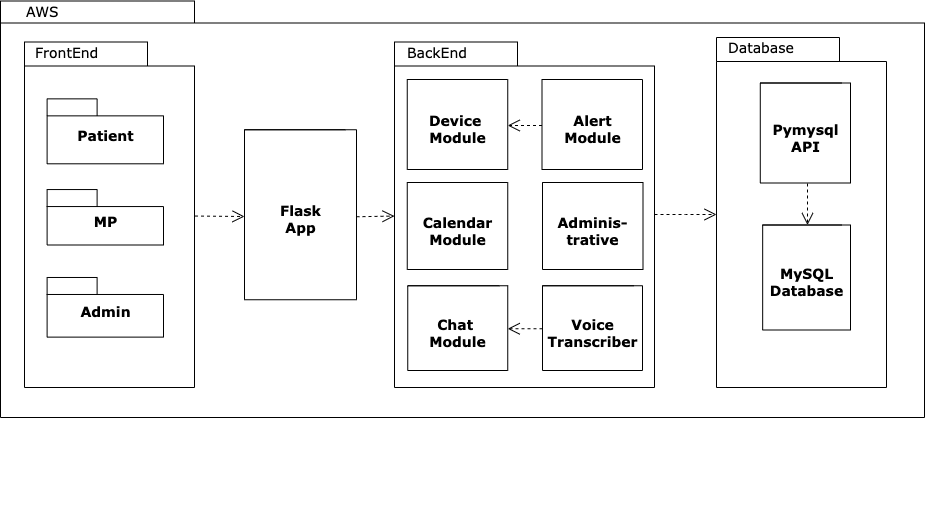
Zihang97/Medical_Platform keeps this draw.io diagram as Pictures/Architect.png. Above is the earlier version. Source tidied: cells renumbered, new cells last; positions are measured from the earlier drawing's top-left corner, leaving out a move shared by most shapes.
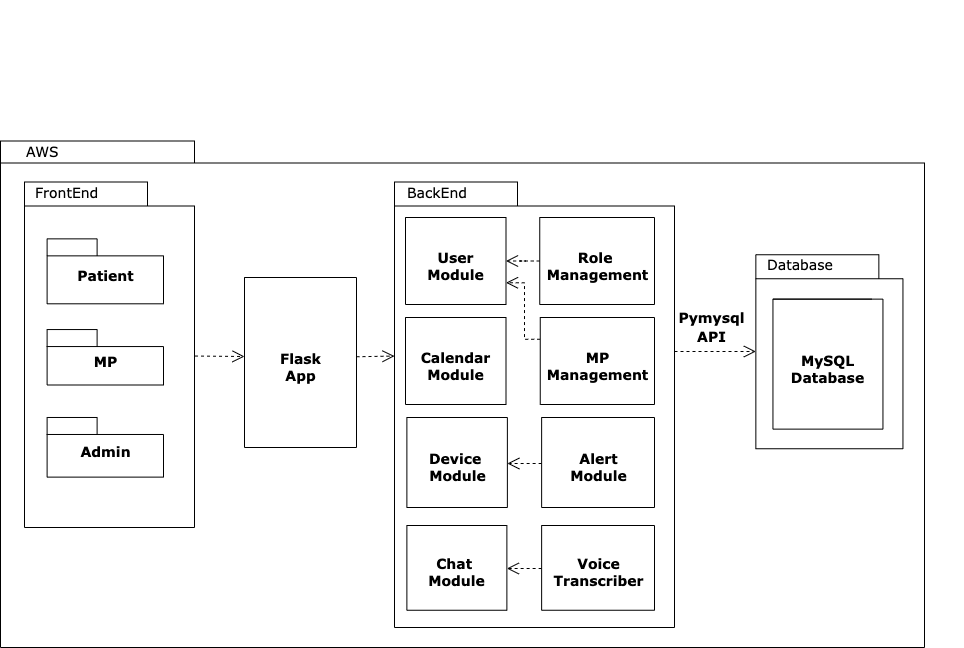
After the commit.

The edit, as a diff of the source:
```diff
@@ -2,48 +2,40 @@
   <root>
     <mxCell id="0" />
     <mxCell id="1" parent="0" />
-    <mxCell id="2" style="shape=folder;fontStyle=1;spacingTop=10;tabWidth=194;tabHeight=22;tabPosition=left;html=1;rounded=0;shadow=0;comic=0;labelBackgroundColor=none;strokeWidth=1;fillColor=none;fontFamily=Verdana;fontSize=10;align=center;" parent="1" vertex="1">
-      <mxGeometry y="-0.5" width="924" height="416.5" as="geometry" />
+    <mxCell id="2" value="&lt;meta charset=&quot;utf-8&quot;&gt;&lt;span style=&quot;color: rgb(0, 0, 0); font-family: verdana; font-size: 14px; font-style: normal; font-weight: 400; letter-spacing: normal; text-align: left; text-indent: 0px; text-transform: none; word-spacing: 0px; background-color: rgb(248, 249, 250); display: inline; float: none;&quot;&gt;Database&lt;/span&gt;" style="shape=folder;fontStyle=1;spacingTop=10;tabWidth=194;tabHeight=22;tabPosition=left;html=1;rounded=0;shadow=0;comic=0;labelBackgroundColor=none;strokeWidth=1;fillColor=none;fontFamily=Verdana;fontSize=10;align=center;" parent="1" vertex="1">
+      <mxGeometry y="-0.5" width="924" height="506.5" as="geometry" />
     </mxCell>
-    <mxCell id="3" style="group;" parent="1" vertex="1">
-      <mxGeometry x="734" y="36" width="200" height="480" as="geometry" />
+    <mxCell id="3" value="ok" style="group;" parent="1" vertex="1">
+      <mxGeometry x="724" y="111" width="190" height="300" as="geometry" />
     </mxCell>
     <mxCell id="4" style="group;" parent="3" vertex="1">
-      <mxGeometry width="200" height="480" as="geometry" />
+      <mxGeometry x="48.4" y="6.2" width="190" height="300" as="geometry" />
     </mxCell>
     <mxCell id="5" style="shape=folder;fontStyle=1;spacingTop=10;tabWidth=123;tabHeight=24;tabPosition=left;html=1;rounded=0;shadow=0;comic=0;labelBackgroundColor=none;strokeWidth=1;fontFamily=Verdana;fontSize=10;align=center;" parent="4" vertex="1">
-      <mxGeometry x="-18" width="170" height="350" as="geometry" />
+      <mxGeometry x="-17.1" y="-4" width="147.1" height="194" as="geometry" />
     </mxCell>
     <mxCell id="6" value="&lt;font style=&quot;font-size: 14px&quot;&gt;MySQL&lt;br&gt;Database&lt;/font&gt;" style="shape=folder;fontStyle=1;spacingTop=10;tabWidth=111;tabHeight=0;tabPosition=left;html=1;rounded=0;shadow=0;comic=0;labelBackgroundColor=none;strokeWidth=1;fontFamily=Verdana;fontSize=10;align=center;" parent="4" vertex="1">
-      <mxGeometry x="28.2" y="187.5" width="87.8" height="105" as="geometry" />
+      <mxGeometry y="40.4" width="110" height="130" as="geometry" />
     </mxCell>
-    <mxCell id="7" value="Pymysql&lt;br&gt;API" style="shape=folder;fontStyle=1;spacingTop=10;tabWidth=101;tabHeight=0;tabPosition=left;html=1;rounded=0;shadow=0;comic=0;labelBackgroundColor=none;strokeColor=#000000;strokeWidth=1;fillColor=#ffffff;fontFamily=Verdana;fontSize=14;fontColor=#000000;align=center;" parent="4" vertex="1">
-      <mxGeometry x="25.8" y="45.5" width="90.2" height="100" as="geometry" />
-    </mxCell>
-    <mxCell id="8" style="edgeStyle=elbowEdgeStyle;rounded=0;html=1;dashed=1;labelBackgroundColor=none;startFill=0;endArrow=open;endFill=0;endSize=10;fontFamily=Verdana;fontSize=10;entryX=0;entryY=0;entryDx=43.915;entryDy=0;entryPerimeter=0;" parent="4" edge="1" target="6">
-      <mxGeometry relative="1" as="geometry">
-        <mxPoint x="73" y="146" as="sourcePoint" />
-      </mxGeometry>
-    </mxCell>
     <mxCell id="9" value="&lt;font style=&quot;font-size: 14px&quot;&gt;Database&lt;/font&gt;" style="text;html=1;align=left;verticalAlign=top;spacingTop=-4;fontSize=10;fontFamily=Verdana;" parent="4" vertex="1">
-      <mxGeometry x="-8" width="113" height="25.5" as="geometry" />
+      <mxGeometry x="-7.6" y="-4" width="107.4" height="15.9" as="geometry" />
     </mxCell>
     <mxCell id="10" style="edgeStyle=elbowEdgeStyle;rounded=0;html=1;dashed=1;labelBackgroundColor=none;startFill=0;endArrow=open;endFill=0;endSize=10;fontFamily=Verdana;fontSize=10;elbow=vertical;" parent="1" edge="1" source="11" target="5">
       <mxGeometry relative="1" as="geometry" />
     </mxCell>
     <mxCell id="11" style="shape=folder;fontStyle=1;spacingTop=10;tabWidth=123;tabHeight=24;tabPosition=left;html=1;rounded=0;shadow=0;comic=0;labelBackgroundColor=none;strokeColor=#000000;strokeWidth=1;fillColor=#ffffff;fontFamily=Verdana;fontSize=10;fontColor=#000000;align=center;" parent="1" vertex="1">
-      <mxGeometry x="394" y="40.5" width="260" height="345.5" as="geometry" />
+      <mxGeometry x="394" y="40.5" width="280" height="445.5" as="geometry" />
     </mxCell>
     <mxCell id="12" value="Flask&lt;br style=&quot;font-size: 14px;&quot;&gt;App" style="shape=folder;fontStyle=1;spacingTop=10;tabWidth=112;tabHeight=0;tabPosition=left;html=1;rounded=0;shadow=0;comic=0;labelBackgroundColor=none;strokeColor=#000000;strokeWidth=1;fillColor=#ffffff;fontFamily=Verdana;fontSize=14;fontColor=#000000;align=center;" parent="1" vertex="1">
-      <mxGeometry x="244" y="128.2" width="112" height="170" as="geometry" />
+      <mxGeometry x="244" y="136" width="112" height="170" as="geometry" />
     </mxCell>
     <mxCell id="13" value="Chat &lt;br&gt;Module" style="shape=folder;fontStyle=1;spacingTop=10;tabWidth=100;tabHeight=0;tabPosition=left;html=1;rounded=0;shadow=0;comic=0;labelBackgroundColor=none;strokeColor=#000000;strokeWidth=1;fillColor=#ffffff;fontFamily=Verdana;fontSize=14;fontColor=#000000;align=center;" parent="1" vertex="1">
-      <mxGeometry x="407.2" y="284.2" width="100" height="84.8" as="geometry" />
+      <mxGeometry x="406.4" y="384" width="100" height="84.8" as="geometry" />
     </mxCell>
     <mxCell id="14" style="edgeStyle=elbowEdgeStyle;rounded=0;html=1;entryX=0;entryY=0;entryPerimeter=0;dashed=1;labelBackgroundColor=none;startFill=0;endArrow=open;endFill=0;endSize=10;fontFamily=Verdana;fontSize=10;exitX=0;exitY=0;exitDx=0;exitDy=50;exitPerimeter=0;entryDx=100.5;entryDy=50;" parent="1" edge="1">
       <mxGeometry relative="1" as="geometry">
-        <mxPoint x="541.5" y="124" as="sourcePoint" />
-        <mxPoint x="507.2" y="124" as="targetPoint" />
+        <mxPoint x="541.1" y="322" as="sourcePoint" />
+        <mxPoint x="506.9" y="322" as="targetPoint" />
       </mxGeometry>
     </mxCell>
     <mxCell id="15" style="rounded=0;html=1;dashed=1;labelBackgroundColor=none;startFill=0;endArrow=open;endFill=0;endSize=10;fontFamily=Verdana;fontSize=10;exitX=1.003;exitY=0.469;exitDx=0;exitDy=0;exitPerimeter=0;" parent="1" edge="1">
@@ -54,8 +46,8 @@
     </mxCell>
     <mxCell id="16" style="edgeStyle=none;rounded=0;html=1;dashed=1;labelBackgroundColor=none;startFill=0;endArrow=open;endFill=0;endSize=10;fontFamily=Verdana;fontSize=10;entryX=0;entryY=0;entryDx=100;entryDy=50;entryPerimeter=0;exitX=0;exitY=0;exitDx=0;exitDy=50;exitPerimeter=0;" parent="1" edge="1">
       <mxGeometry relative="1" as="geometry">
-        <mxPoint x="542" y="327.2" as="sourcePoint" />
-        <mxPoint x="507.2" y="327.2" as="targetPoint" />
+        <mxPoint x="541.1" y="427" as="sourcePoint" />
+        <mxPoint x="506.4" y="427" as="targetPoint" />
       </mxGeometry>
     </mxCell>
     <mxCell id="17" style="group;" parent="1" vertex="1">
@@ -80,16 +72,16 @@
       <mxGeometry x="9" width="116.3" height="20.7" as="geometry" />
     </mxCell>
     <mxCell id="24" value="Device &lt;br&gt;Module" style="shape=folder;fontStyle=1;spacingTop=10;tabWidth=101;tabHeight=0;tabPosition=left;html=1;rounded=0;shadow=0;comic=0;labelBackgroundColor=none;strokeColor=#000000;strokeWidth=1;fillColor=#ffffff;fontFamily=Verdana;fontSize=14;fontColor=#000000;align=center;" parent="1" vertex="1">
-      <mxGeometry x="406.8" y="78" width="100.5" height="90" as="geometry" />
+      <mxGeometry x="406.4" y="276" width="100.5" height="90" as="geometry" />
     </mxCell>
     <mxCell id="25" value="Voice&lt;br&gt;Transcriber" style="shape=folder;fontStyle=1;spacingTop=10;tabWidth=100;tabHeight=0;tabPosition=left;html=1;rounded=0;shadow=0;comic=0;labelBackgroundColor=none;strokeColor=#000000;strokeWidth=1;fillColor=#ffffff;fontFamily=Verdana;fontSize=14;fontColor=#000000;align=center;" parent="1" vertex="1">
-      <mxGeometry x="542" y="284.2" width="100" height="84.8" as="geometry" />
+      <mxGeometry x="541.1" y="384" width="112.9" height="84.8" as="geometry" />
     </mxCell>
     <mxCell id="26" value="Calendar&lt;br&gt;Module" style="shape=folder;fontStyle=1;spacingTop=10;tabWidth=101;tabHeight=0;tabPosition=left;html=1;rounded=0;shadow=0;comic=0;labelBackgroundColor=none;strokeColor=#000000;strokeWidth=1;fillColor=#ffffff;fontFamily=Verdana;fontSize=14;fontColor=#000000;align=center;" parent="1" vertex="1">
-      <mxGeometry x="406.8" y="181" width="100.5" height="87" as="geometry" />
+      <mxGeometry x="405" y="176" width="100.5" height="87" as="geometry" />
     </mxCell>
     <mxCell id="27" value="Alert&lt;br&gt;Module" style="shape=folder;fontStyle=1;spacingTop=10;tabWidth=101;tabHeight=0;tabPosition=left;html=1;rounded=0;shadow=0;comic=0;labelBackgroundColor=none;strokeColor=#000000;strokeWidth=1;fillColor=#ffffff;fontFamily=Verdana;fontSize=14;fontColor=#000000;align=center;" parent="1" vertex="1">
-      <mxGeometry x="541.5" y="78" width="100.5" height="90" as="geometry" />
+      <mxGeometry x="541.1" y="276" width="112.9" height="90" as="geometry" />
     </mxCell>
     <mxCell id="28" style="rounded=0;html=1;dashed=1;labelBackgroundColor=none;startFill=0;endArrow=open;endFill=0;endSize=10;fontFamily=Verdana;fontSize=10;exitX=0;exitY=0;exitDx=112;exitDy=85;exitPerimeter=0;entryX=0;entryY=0.498;entryDx=0;entryDy=0;entryPerimeter=0;" parent="1" edge="1">
       <mxGeometry relative="1" as="geometry">
@@ -100,14 +92,37 @@
     <mxCell id="29" value="&lt;font style=&quot;font-size: 14px&quot;&gt;BackEnd&lt;/font&gt;" style="text;html=1;align=left;verticalAlign=top;spacingTop=-4;fontSize=10;fontFamily=Verdana;" parent="1" vertex="1">
       <mxGeometry x="405" y="40.5" width="130" height="25.5" as="geometry" />
     </mxCell>
-    <mxCell id="30" style="edgeStyle=orthogonalEdgeStyle;rounded=0;orthogonalLoop=1;jettySize=auto;html=1;exitX=0.5;exitY=1;exitDx=0;exitDy=0;exitPerimeter=0;dashed=1;dashPattern=1 1;fontSize=14;endArrow=open;endFill=0;" parent="1" edge="1" source="11" target="11">
-      <mxGeometry relative="1" as="geometry" />
+    <mxCell id="30" style="edgeStyle=orthogonalEdgeStyle;rounded=0;orthogonalLoop=1;jettySize=auto;html=1;exitX=0.5;exitY=1;exitDx=0;exitDy=0;exitPerimeter=0;dashed=1;dashPattern=1 1;fontSize=14;endArrow=open;endFill=0;" parent="1" edge="1">
+      <mxGeometry relative="1" as="geometry">
+        <mxPoint x="510.8" y="-134" as="sourcePoint" />
+        <mxPoint x="510.8" y="-134" as="targetPoint" />
+      </mxGeometry>
     </mxCell>
     <mxCell id="31" value="&lt;span style=&quot;font-size: 14px&quot;&gt;AWS&lt;/span&gt;" style="text;html=1;align=left;verticalAlign=top;spacingTop=-4;fontSize=10;fontFamily=Verdana;" parent="1" vertex="1">
       <mxGeometry x="24" y="-0.5" width="116.3" height="20.7" as="geometry" />
     </mxCell>
+    <mxCell id="33" style="edgeStyle=orthogonalEdgeStyle;rounded=0;jettySize=auto;html=1;dashed=1;endArrow=open;endFill=0;endSize=10;" parent="1" edge="1" source="32" target="36">
+      <mxGeometry relative="1" as="geometry" />
+    </mxCell>
-    <mxCell id="32" value="Adminis-&lt;br&gt;trative" style="shape=folder;fontStyle=1;spacingTop=10;tabWidth=101;tabHeight=0;tabPosition=left;html=1;rounded=0;shadow=0;comic=0;labelBackgroundColor=none;strokeColor=#000000;strokeWidth=1;fillColor=#ffffff;fontFamily=Verdana;fontSize=14;fontColor=#000000;align=center;" parent="1" vertex="1">
-      <mxGeometry x="542" y="181" width="100.5" height="87" as="geometry" />
+    <mxCell id="32" value="Role &lt;br&gt;Management" style="shape=folder;fontStyle=1;spacingTop=10;tabWidth=101;tabHeight=0;tabPosition=left;html=1;rounded=0;shadow=0;comic=0;labelBackgroundColor=none;strokeColor=#000000;strokeWidth=1;fillColor=#ffffff;fontFamily=Verdana;fontSize=14;fontColor=#000000;align=center;" parent="1" vertex="1">
+      <mxGeometry x="539.2" y="76" width="114.8" height="87" as="geometry" />
     </mxCell>
+    <mxCell id="7" value="&lt;span style=&quot;font-size: 14px; font-weight: 700;&quot;&gt;Pymysql&lt;/span&gt;&lt;br style=&quot;font-size: 14px; font-weight: 700;&quot;&gt;&lt;span style=&quot;font-size: 14px; font-weight: 700;&quot;&gt;API&lt;/span&gt;" style="text;html=1;align=center;verticalAlign=top;spacingTop=-4;fontSize=10;fontFamily=Verdana;" parent="1" vertex="1">
+      <mxGeometry x="654" y="166" width="113" height="25.5" as="geometry" />
+    </mxCell>
+    <mxCell id="34" style="edgeStyle=orthogonalEdgeStyle;rounded=0;jettySize=auto;html=1;exitX=0;exitY=0;exitDx=0;exitDy=21.75;exitPerimeter=0;entryX=0;entryY=0;entryDx=100.5;entryDy=65.25;entryPerimeter=0;dashed=1;endArrow=open;endFill=0;endSize=10;" parent="1" edge="1" source="35" target="36">
+      <mxGeometry relative="1" as="geometry">
+        <Array as="points">
+          <mxPoint x="524" y="198" />
+          <mxPoint x="524" y="141" />
+        </Array>
+      </mxGeometry>
+    </mxCell>
+    <mxCell id="35" value="MP&lt;br&gt;Management" style="shape=folder;fontStyle=1;spacingTop=10;tabWidth=101;tabHeight=0;tabPosition=left;html=1;rounded=0;shadow=0;comic=0;labelBackgroundColor=none;strokeColor=#000000;strokeWidth=1;fillColor=#ffffff;fontFamily=Verdana;fontSize=14;fontColor=#000000;align=center;" parent="1" vertex="1">
+      <mxGeometry x="539.8" y="176" width="114.2" height="87" as="geometry" />
+    </mxCell>
+    <mxCell id="36" value="User&lt;br&gt;Module" style="shape=folder;fontStyle=1;spacingTop=10;tabWidth=101;tabHeight=0;tabPosition=left;html=1;rounded=0;shadow=0;comic=0;labelBackgroundColor=none;strokeColor=#000000;strokeWidth=1;fillColor=#ffffff;fontFamily=Verdana;fontSize=14;fontColor=#000000;align=center;" parent="1" vertex="1">
+      <mxGeometry x="405" y="76" width="100.5" height="87" as="geometry" />
+    </mxCell>
   </root>
 </mxGraphModel>
```
